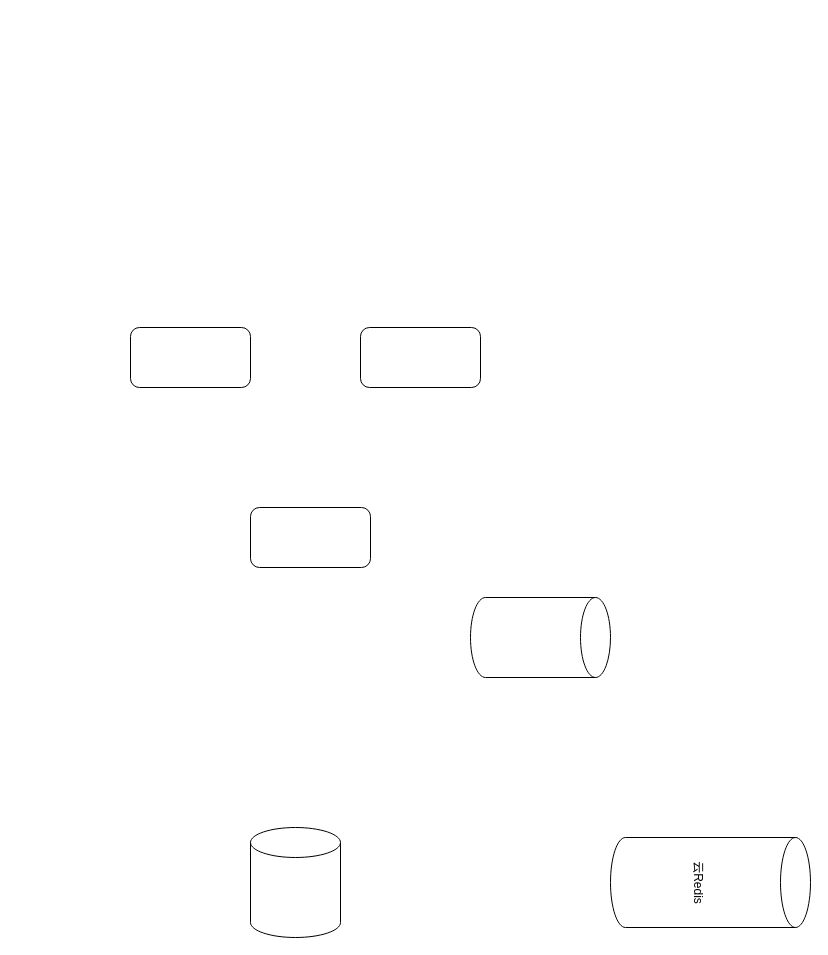
xiaodongYao/DrawIO keeps this draw.io diagram as 未命名绘图.drawio. Above is the earlier version. Source tidied: cells renumbered, new cells numbered last; positions are measured from the earlier drawing's top-left corner, leaving out a move shared by most shapes. Both pictures are drawn from the tidied source at 100%, with x=0, y=0 at pixel (130, 327).
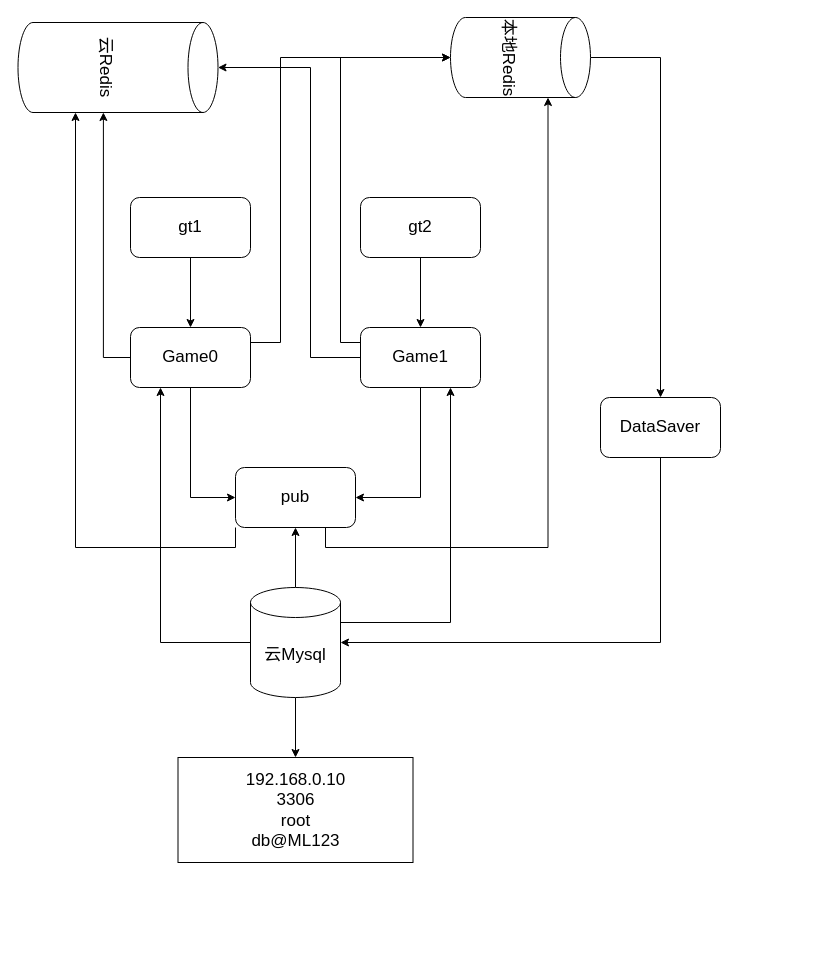
After the change.

Commit message (it also covers changes not shown here):
更新未命名绘图.drawio

What changed in the source:
```diff
@@
+    <mxCell id="8" style="edgeStyle=orthogonalEdgeStyle;rounded=0;jettySize=auto;html=1;exitX=0.5;exitY=1;exitDx=0;exitDy=0;entryX=0;entryY=0.5;entryDx=0;entryDy=0;" parent="1" edge="1" source="2" target="4">
+      <mxGeometry relative="1" as="geometry" />
+    </mxCell>
+    <mxCell id="9" style="edgeStyle=orthogonalEdgeStyle;rounded=0;jettySize=auto;html=1;exitX=0;exitY=0.5;exitDx=0;exitDy=0;entryX=1;entryY=0.573;entryDx=0;entryDy=0;entryPerimeter=0;" parent="1" edge="1" source="2" target="7">
+      <mxGeometry relative="1" as="geometry" />
+    </mxCell>
+    <mxCell id="10" style="edgeStyle=orthogonalEdgeStyle;rounded=0;jettySize=auto;html=1;exitX=1;exitY=0.25;exitDx=0;exitDy=0;entryX=0.5;entryY=1;entryDx=0;entryDy=0;entryPerimeter=0;" parent="1" edge="1" source="2" target="6">
+      <mxGeometry relative="1" as="geometry">
+        <Array as="points">
+          <mxPoint x="150" y="15" />
+          <mxPoint x="150" y="-270" />
+        </Array>
+      </mxGeometry>
+    </mxCell>
-    <mxCell id="2" style="rounded=1;whiteSpace=wrap;html=1;" parent="1" vertex="1">
+    <mxCell id="2" value="Game0" style="rounded=1;whiteSpace=wrap;html=1;fontSize=17;" parent="1" vertex="1">
       <mxGeometry width="120" height="60" as="geometry" />
     </mxCell>
+    <mxCell id="11" style="edgeStyle=orthogonalEdgeStyle;rounded=0;jettySize=auto;html=1;exitX=0.5;exitY=1;exitDx=0;exitDy=0;entryX=1;entryY=0.5;entryDx=0;entryDy=0;" parent="1" edge="1" source="3" target="4">
+      <mxGeometry relative="1" as="geometry" />
+    </mxCell>
+    <mxCell id="12" style="edgeStyle=orthogonalEdgeStyle;rounded=0;jettySize=auto;html=1;exitX=0;exitY=0.25;exitDx=0;exitDy=0;entryX=0.5;entryY=1;entryDx=0;entryDy=0;entryPerimeter=0;" parent="1" edge="1" source="3" target="6">
+      <mxGeometry relative="1" as="geometry" />
+    </mxCell>
+    <mxCell id="13" style="edgeStyle=orthogonalEdgeStyle;rounded=0;jettySize=auto;html=1;exitX=0;exitY=0.5;exitDx=0;exitDy=0;entryX=0.5;entryY=0;entryDx=0;entryDy=0;entryPerimeter=0;" parent="1" edge="1" source="3" target="7">
+      <mxGeometry relative="1" as="geometry">
+        <Array as="points">
+          <mxPoint x="180" y="30" />
+          <mxPoint x="180" y="-260" />
+        </Array>
+      </mxGeometry>
+    </mxCell>
-    <mxCell id="3" style="rounded=1;whiteSpace=wrap;html=1;" parent="1" vertex="1">
+    <mxCell id="3" value="Game1" style="rounded=1;whiteSpace=wrap;html=1;fontSize=17;" parent="1" vertex="1">
       <mxGeometry x="230" width="120" height="60" as="geometry" />
     </mxCell>
+    <mxCell id="14" style="edgeStyle=orthogonalEdgeStyle;rounded=0;jettySize=auto;html=1;exitX=0;exitY=1;exitDx=0;exitDy=0;entryX=1;entryY=0;entryDx=0;entryDy=142.5;entryPerimeter=0;" parent="1" edge="1" source="4" target="7">
+      <mxGeometry relative="1" as="geometry" />
+    </mxCell>
+    <mxCell id="15" style="edgeStyle=orthogonalEdgeStyle;rounded=0;jettySize=auto;html=1;exitX=0.75;exitY=1;exitDx=0;exitDy=0;entryX=1;entryY=0;entryDx=0;entryDy=42.5;entryPerimeter=0;" parent="1" edge="1" source="4" target="6">
+      <mxGeometry relative="1" as="geometry" />
+    </mxCell>
-    <mxCell id="4" style="rounded=1;whiteSpace=wrap;html=1;" parent="1" vertex="1">
-      <mxGeometry x="120" y="180" width="120" height="60" as="geometry" />
+    <mxCell id="4" value="pub" style="rounded=1;whiteSpace=wrap;html=1;fontSize=17;" parent="1" vertex="1">
+      <mxGeometry x="105" y="140" width="120" height="60" as="geometry" />
     </mxCell>
+    <mxCell id="16" style="edgeStyle=orthogonalEdgeStyle;rounded=0;jettySize=auto;html=1;fontSize=17;" parent="1" edge="1" source="5" target="27">
+      <mxGeometry relative="1" as="geometry" />
+    </mxCell>
+    <mxCell id="17" style="edgeStyle=orthogonalEdgeStyle;rounded=0;jettySize=auto;html=1;exitX=0;exitY=0.5;exitDx=0;exitDy=0;exitPerimeter=0;entryX=0.25;entryY=1;entryDx=0;entryDy=0;" parent="1" edge="1" source="5" target="2">
+      <mxGeometry relative="1" as="geometry" />
+    </mxCell>
+    <mxCell id="18" style="edgeStyle=orthogonalEdgeStyle;rounded=0;jettySize=auto;html=1;exitX=0.5;exitY=0;exitDx=0;exitDy=0;exitPerimeter=0;entryX=0.5;entryY=1;entryDx=0;entryDy=0;" parent="1" edge="1" source="5" target="4">
+      <mxGeometry relative="1" as="geometry" />
+    </mxCell>
+    <mxCell id="19" style="edgeStyle=orthogonalEdgeStyle;rounded=0;jettySize=auto;html=1;exitX=1;exitY=0;exitDx=0;exitDy=35;exitPerimeter=0;entryX=0.75;entryY=1;entryDx=0;entryDy=0;" parent="1" edge="1" source="5" target="3">
+      <mxGeometry relative="1" as="geometry" />
+    </mxCell>
-    <mxCell id="5" style="shape=cylinder3;whiteSpace=wrap;html=1;boundedLbl=1;backgroundOutline=1;size=15;" parent="1" vertex="1">
-      <mxGeometry x="120" y="500" width="90" height="110" as="geometry" />
+    <mxCell id="5" value="云Mysql" style="shape=cylinder3;whiteSpace=wrap;html=1;boundedLbl=1;backgroundOutline=1;size=15;fontSize=17;" parent="1" vertex="1">
+      <mxGeometry x="120" y="260" width="90" height="110" as="geometry" />
     </mxCell>
+    <mxCell id="20" style="edgeStyle=orthogonalEdgeStyle;rounded=0;jettySize=auto;html=1;exitX=0.5;exitY=0;exitDx=0;exitDy=0;exitPerimeter=0;entryX=0.5;entryY=0;entryDx=0;entryDy=0;" parent="1" edge="1" source="6" target="22">
+      <mxGeometry relative="1" as="geometry" />
+    </mxCell>
-    <mxCell id="6" style="shape=cylinder3;whiteSpace=wrap;html=1;boundedLbl=1;backgroundOutline=1;size=15;rotation=90;" parent="1" vertex="1">
-      <mxGeometry x="370" y="240" width="80" height="140" as="geometry" />
+    <mxCell id="6" value="本地Redis" style="shape=cylinder3;whiteSpace=wrap;html=1;boundedLbl=1;backgroundOutline=1;size=15;rotation=90;fontSize=17;" parent="1" vertex="1">
+      <mxGeometry x="350" y="-340" width="80" height="140" as="geometry" />
     </mxCell>
-    <mxCell id="7" value="云Redis" style="shape=cylinder3;whiteSpace=wrap;html=1;boundedLbl=1;backgroundOutline=1;size=15;rotation=90;" parent="1" vertex="1">
-      <mxGeometry x="535" y="455" width="90" height="200" as="geometry" />
+    <mxCell id="7" value="云Redis" style="shape=cylinder3;whiteSpace=wrap;html=1;boundedLbl=1;backgroundOutline=1;size=15;rotation=90;fontSize=17;" parent="1" vertex="1">
+      <mxGeometry x="-57.5" y="-360" width="90" height="200" as="geometry" />
     </mxCell>
+    <mxCell id="21" style="edgeStyle=orthogonalEdgeStyle;rounded=0;jettySize=auto;html=1;exitX=0.5;exitY=1;exitDx=0;exitDy=0;entryX=1;entryY=0.5;entryDx=0;entryDy=0;entryPerimeter=0;" parent="1" edge="1" source="22" target="5">
+      <mxGeometry relative="1" as="geometry" />
+    </mxCell>
+    <mxCell id="22" value="DataSaver" style="rounded=1;whiteSpace=wrap;html=1;fontSize=17;" parent="1" vertex="1">
+      <mxGeometry x="470" y="70" width="120" height="60" as="geometry" />
+    </mxCell>
+    <mxCell id="23" style="edgeStyle=orthogonalEdgeStyle;rounded=0;jettySize=auto;html=1;exitX=0.5;exitY=1;exitDx=0;exitDy=0;entryX=0.5;entryY=0;entryDx=0;entryDy=0;" parent="1" edge="1" source="24" target="2">
+      <mxGeometry relative="1" as="geometry" />
+    </mxCell>
+    <mxCell id="24" value="gt1" style="rounded=1;whiteSpace=wrap;html=1;fontSize=17;" parent="1" vertex="1">
+      <mxGeometry y="-130" width="120" height="60" as="geometry" />
+    </mxCell>
+    <mxCell id="25" style="edgeStyle=orthogonalEdgeStyle;rounded=0;jettySize=auto;html=1;exitX=0.5;exitY=1;exitDx=0;exitDy=0;entryX=0.5;entryY=0;entryDx=0;entryDy=0;" parent="1" edge="1" source="26" target="3">
+      <mxGeometry relative="1" as="geometry" />
+    </mxCell>
+    <mxCell id="26" value="gt2" style="rounded=1;whiteSpace=wrap;html=1;fontSize=17;" parent="1" vertex="1">
+      <mxGeometry x="230" y="-130" width="120" height="60" as="geometry" />
+    </mxCell>
+    <mxCell id="27" value="192.168.0.10&lt;br style=&quot;font-size: 17px;&quot;&gt;3306&lt;br style=&quot;font-size: 17px;&quot;&gt;root&lt;br style=&quot;font-size: 17px;&quot;&gt;db@ML123" style="whiteSpace=wrap;html=1;fontSize=17;" parent="1" vertex="1">
+      <mxGeometry x="47.5" y="430" width="235" height="105" as="geometry" />
+    </mxCell>
```
